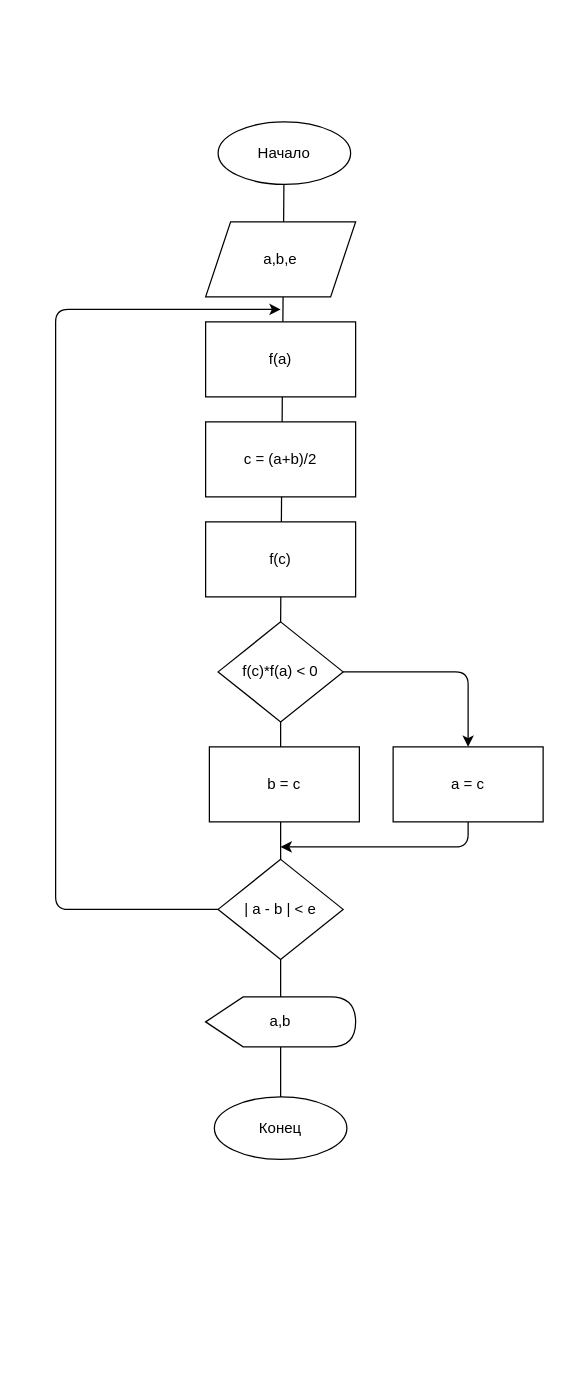
BRXQ/chislennie_metody keeps this draw.io diagram as lr2.drawio. Above is the earlier version. Source tidied: cells renumbered, new cells numbered last; positions are measured from the earlier drawing's top-left corner, leaving out a move shared by most shapes. Both pictures are drawn from the tidied source at 125%, with x=0, y=0 at pixel (55, 121).
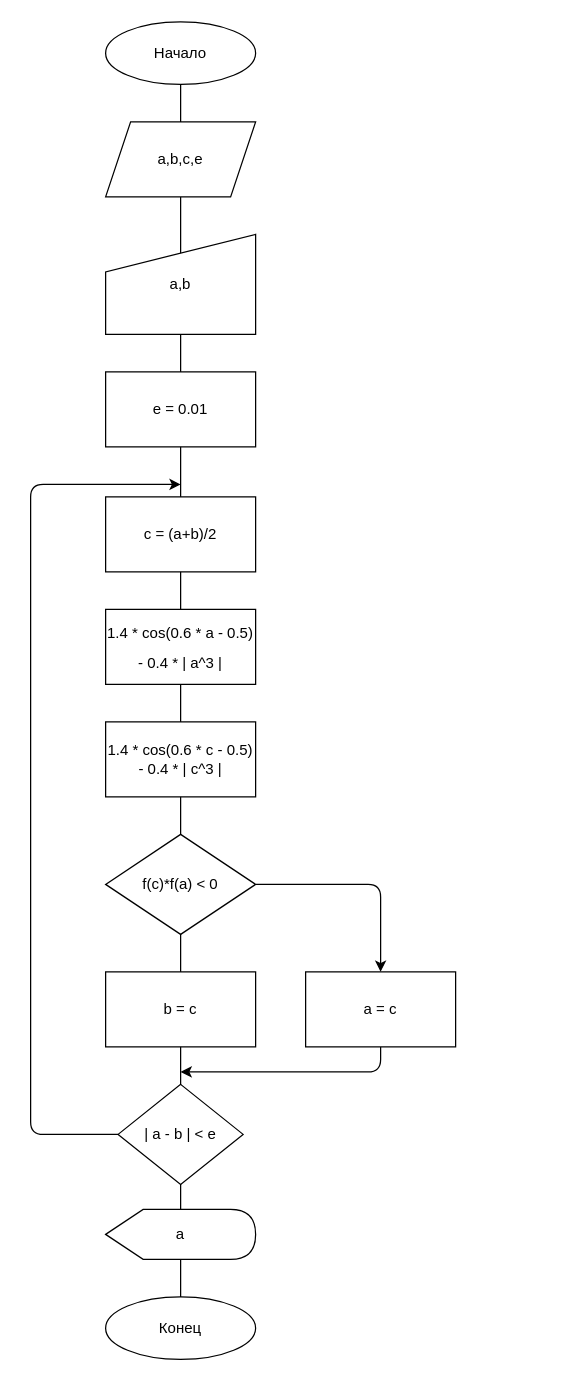
The same diagram, later.

Change to the diagram source:
```diff
@@
-    <mxCell id="2" style="endArrow=none;html=1;exitX=0.5;exitY=0;exitDx=0;exitDy=0;entryX=0.5;entryY=0;entryDx=0;entryDy=0;" parent="1" edge="1" source="12" target="13">
-      <mxGeometry relative="1" as="geometry" />
-    </mxCell>
-    <mxCell id="3" style="endArrow=none;html=1;exitX=0.5;exitY=0;exitDx=0;exitDy=0;entryX=0.5;entryY=0;entryDx=0;entryDy=0;" parent="1" edge="1" source="13" target="4">
-      <mxGeometry relative="1" as="geometry" />
-    </mxCell>
+    <mxCell id="18" style="endArrow=none;html=1;exitX=0.5;exitY=1;exitDx=0;exitDy=0;entryX=0.5;entryY=1;entryDx=0;entryDy=0;" parent="1" edge="1" source="12" target="4">
+      <mxGeometry relative="1" as="geometry" />
+    </mxCell>
     <mxCell id="4" value="Начало" style="ellipse;whiteSpace=wrap;html=1;" parent="1" vertex="1">
-      <mxGeometry x="130" width="106" height="50" as="geometry" />
+      <mxGeometry x="40" y="-80" width="120" height="50" as="geometry" />
     </mxCell>
-    <mxCell id="5" value="a,b,e" style="shape=parallelogram;perimeter=parallelogramPerimeter;whiteSpace=wrap;html=1;fixedSize=1;" parent="1" vertex="1">
-      <mxGeometry x="120" y="80" width="120" height="60" as="geometry" />
-    </mxCell>
-    <mxCell id="6" value="f(a)" style="rounded=0;whiteSpace=wrap;html=1;" parent="1" vertex="1">
-      <mxGeometry x="120" y="160" width="120" height="60" as="geometry" />
-    </mxCell>
+    <mxCell id="19" value="a,b,c,e" style="shape=parallelogram;perimeter=parallelogramPerimeter;whiteSpace=wrap;html=1;fixedSize=1;" parent="1" vertex="1">
+      <mxGeometry x="40" width="120" height="60" as="geometry" />
+    </mxCell>
+    <mxCell id="11" value="a,b" style="shape=manualInput;whiteSpace=wrap;html=1;" parent="1" vertex="1">
+      <mxGeometry x="40" y="90" width="120" height="80" as="geometry" />
+    </mxCell>
     <mxCell id="7" value="c = (a+b)/2" style="rounded=0;whiteSpace=wrap;html=1;" parent="1" vertex="1">
-      <mxGeometry x="120" y="240" width="120" height="60" as="geometry" />
+      <mxGeometry x="40" y="300" width="120" height="60" as="geometry" />
     </mxCell>
-    <mxCell id="8" value="f(c)" style="rounded=0;whiteSpace=wrap;html=1;" parent="1" vertex="1">
-      <mxGeometry x="120" y="320" width="120" height="60" as="geometry" />
-    </mxCell>
+    <mxCell id="20" value="&lt;div style=&quot;line-height: 24px&quot;&gt;&lt;span style=&quot;background-color: rgb(255 , 255 , 255)&quot;&gt;&lt;font style=&quot;font-size: 12px&quot;&gt;1.4 * cos(0.6 * a - 0.5) - 0.4 * | a^3 |&lt;/font&gt;&lt;/span&gt;&lt;/div&gt;" style="rounded=0;whiteSpace=wrap;html=1;" parent="1" vertex="1">
+      <mxGeometry x="40" y="390" width="120" height="60" as="geometry" />
+    </mxCell>
+    <mxCell id="21" value="&lt;span style=&quot;background-color: rgb(255 , 255 , 255)&quot;&gt;1.4 * cos(0.6 * c - 0.5) - 0.4 * | c^3 |&lt;/span&gt;" style="rounded=0;whiteSpace=wrap;html=1;" parent="1" vertex="1">
+      <mxGeometry x="40" y="480" width="120" height="60" as="geometry" />
+    </mxCell>
+    <mxCell id="13" value="f(c)*f(a) &amp;lt; 0" style="rhombus;whiteSpace=wrap;html=1;" parent="1" vertex="1">
+      <mxGeometry x="40" y="570" width="120" height="80" as="geometry" />
+    </mxCell>
     <mxCell id="9" value="b = c" style="rounded=0;whiteSpace=wrap;html=1;" parent="1" vertex="1">
-      <mxGeometry x="123" y="500" width="120" height="60" as="geometry" />
+      <mxGeometry x="40" y="680" width="120" height="60" as="geometry" />
     </mxCell>
     <mxCell id="10" value="| a - b | &amp;lt; e" style="rhombus;whiteSpace=wrap;html=1;" parent="1" vertex="1">
-      <mxGeometry x="130" y="590" width="100" height="80" as="geometry" />
+      <mxGeometry x="50" y="770" width="100" height="80" as="geometry" />
     </mxCell>
-    <mxCell id="11" value="a,b" style="shape=display;whiteSpace=wrap;html=1;" parent="1" vertex="1">
-      <mxGeometry x="120" y="700" width="120" height="40" as="geometry" />
-    </mxCell>
+    <mxCell id="22" value="a" style="shape=display;whiteSpace=wrap;html=1;" parent="1" vertex="1">
+      <mxGeometry x="40" y="870" width="120" height="40" as="geometry" />
+    </mxCell>
     <mxCell id="12" value="Конец" style="ellipse;whiteSpace=wrap;html=1;" parent="1" vertex="1">
-      <mxGeometry x="127" y="780" width="106" height="50" as="geometry" />
+      <mxGeometry x="40" y="940" width="120" height="50" as="geometry" />
     </mxCell>
-    <mxCell id="13" value="f(c)*f(a) &amp;lt; 0" style="rhombus;whiteSpace=wrap;html=1;" parent="1" vertex="1">
-      <mxGeometry x="130" y="400" width="100" height="80" as="geometry" />
-    </mxCell>
-    <mxCell id="14" style="endArrow=classic;html=1;exitX=0;exitY=0.5;exitDx=0;exitDy=0;" parent="1" edge="1" source="10">
-      <mxGeometry relative="1" as="geometry">
-        <mxPoint x="180" y="150" as="targetPoint" />
-        <Array as="points">
-          <mxPoint y="630" />
-          <mxPoint y="150" />
-        </Array>
-      </mxGeometry>
-    </mxCell>
     <mxCell id="15" value="a = c" style="rounded=0;whiteSpace=wrap;html=1;" parent="1" vertex="1">
-      <mxGeometry x="270" y="500" width="120" height="60" as="geometry" />
+      <mxGeometry x="200" y="680" width="120" height="60" as="geometry" />
     </mxCell>
-    <mxCell id="16" style="endArrow=classic;html=1;exitX=1;exitY=0.5;exitDx=0;exitDy=0;entryX=0.5;entryY=0;entryDx=0;entryDy=0;" parent="1" edge="1" source="13" target="15">
-      <mxGeometry relative="1" as="geometry">
-        <Array as="points">
-          <mxPoint x="330" y="440" />
-        </Array>
-      </mxGeometry>
-    </mxCell>
-    <mxCell id="17" style="endArrow=classic;html=1;exitX=0.5;exitY=1;exitDx=0;exitDy=0;" parent="1" edge="1" source="15">
-      <mxGeometry relative="1" as="geometry">
-        <mxPoint x="180" y="580" as="targetPoint" />
-        <Array as="points">
-          <mxPoint x="330" y="580" />
-        </Array>
-      </mxGeometry>
-    </mxCell>
+    <mxCell id="23" style="endArrow=classic;html=1;exitX=1;exitY=0.5;exitDx=0;exitDy=0;entryX=0.5;entryY=0;entryDx=0;entryDy=0;" parent="1" edge="1" target="15">
+      <mxGeometry relative="1" as="geometry">
+        <mxPoint x="160" y="610" as="sourcePoint" />
+        <Array as="points">
+          <mxPoint x="260" y="610" />
+        </Array>
+      </mxGeometry>
+    </mxCell>
+    <mxCell id="24" style="endArrow=classic;html=1;exitX=0.5;exitY=1;exitDx=0;exitDy=0;" parent="1" edge="1" source="15">
+      <mxGeometry relative="1" as="geometry">
+        <mxPoint x="100" y="760" as="targetPoint" />
+        <Array as="points">
+          <mxPoint x="260" y="760" />
+        </Array>
+      </mxGeometry>
+    </mxCell>
+    <mxCell id="25" style="endArrow=classic;html=1;exitX=0;exitY=0.5;exitDx=0;exitDy=0;" parent="1" edge="1">
+      <mxGeometry relative="1" as="geometry">
+        <mxPoint x="50" y="810" as="sourcePoint" />
+        <mxPoint x="100" y="290" as="targetPoint" />
+        <Array as="points">
+          <mxPoint x="-20" y="810" />
+          <mxPoint x="-20" y="290" />
+        </Array>
+      </mxGeometry>
+    </mxCell>
+    <mxCell id="26" value="e = 0.01" style="rounded=0;whiteSpace=wrap;html=1;" parent="1" vertex="1">
+      <mxGeometry x="40" y="200" width="120" height="60" as="geometry" />
+    </mxCell>
```
